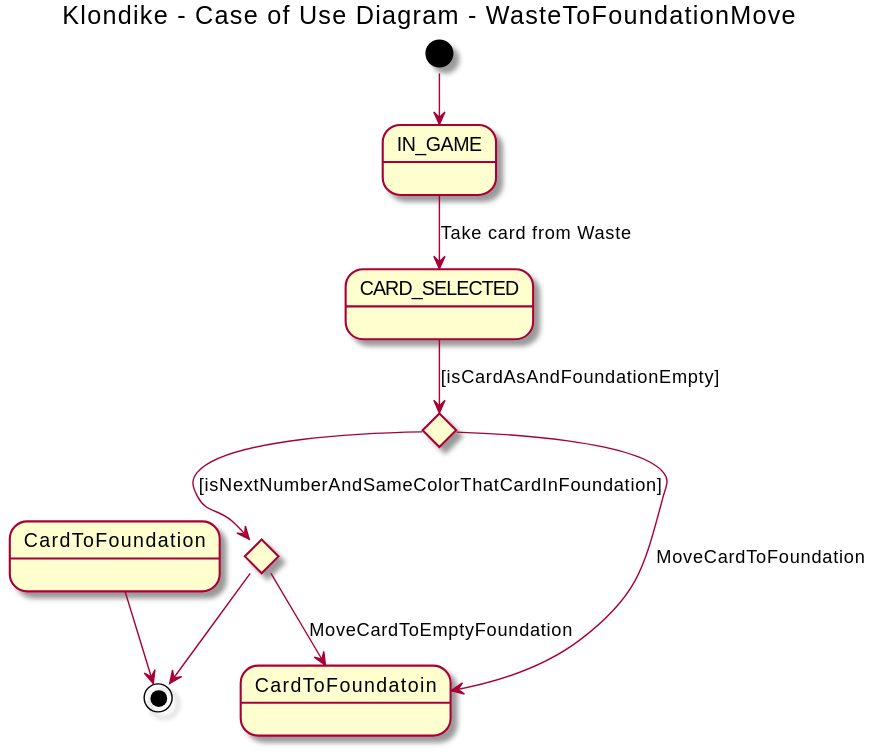
Before: out/2 Modelo de vistas de caso de uso/Diagrama de caso de uso - WasteToFoundationMove/UseCaseWasteToFoundationMove.svg, a diagram exported from PlantUML (AngelOS95P/Maestria_IngSoftware_grupo6).
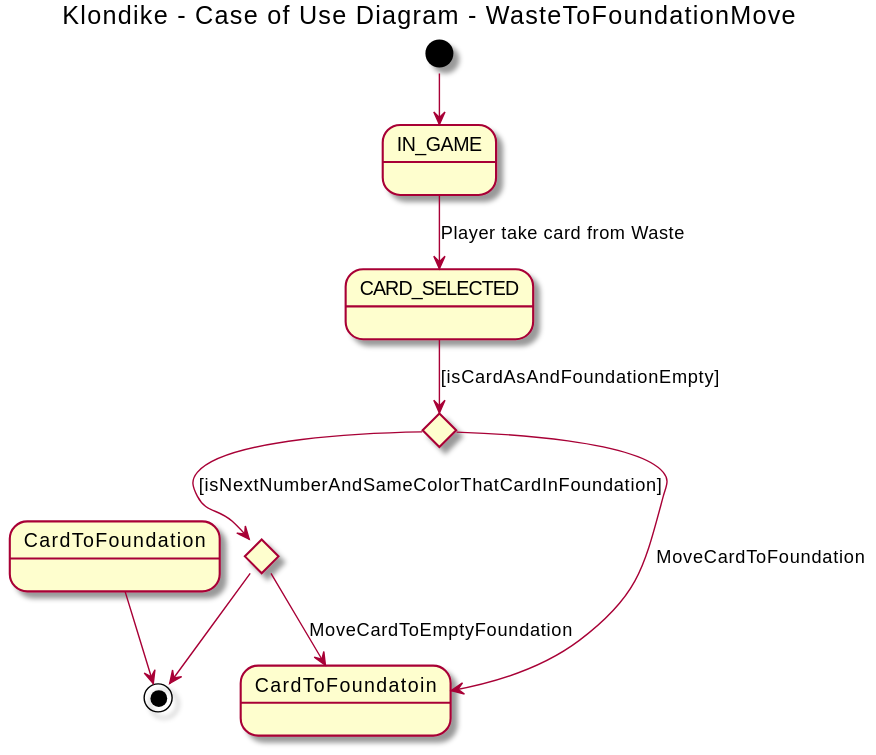
Later version of the same file.

Change to the diagram source:
```diff
@@ -12,7 +12,7 @@
 
 
 [*] --> IN_GAME
-IN_GAME --> CARD_SELECTED: Take card from Waste
+IN_GAME --> CARD_SELECTED: Player take card from Waste
 CARD_SELECTED --> if: [isCardAsAndFoundationEmpty]
 if --> if2:[isNextNumberAndSameColorThatCardInFoundation]
 if --> CardToFoundatoin: MoveCardToFoundation
```
